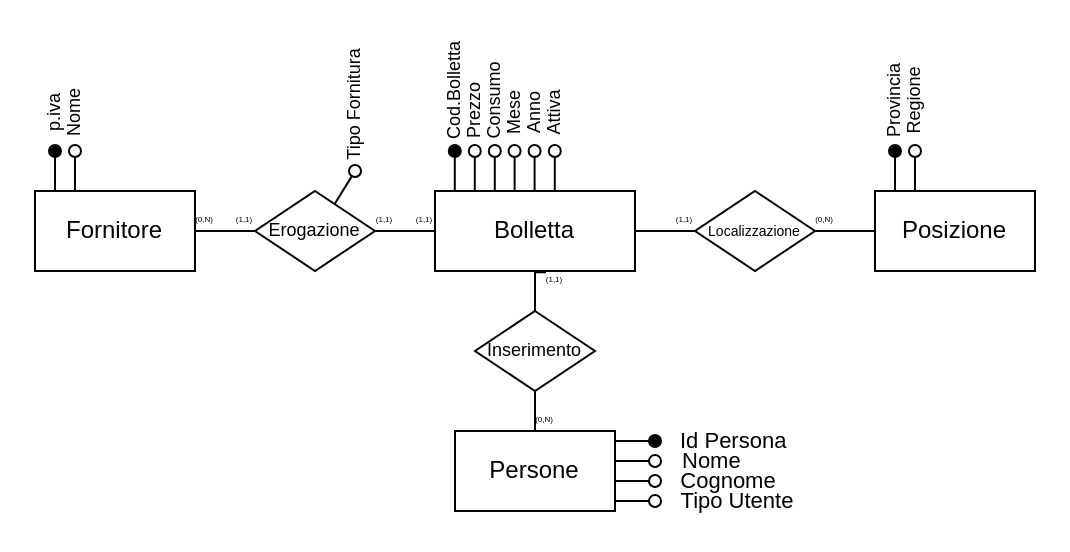
The draw.io diagram page "Diagramma ER rifinito" (3 of 3) of ElectricalTheftModificato.drawio in Moriarty2002/electricity-theft, before the edit. Source tidied: cells renumbered, new cells numbered last; positions are measured from the earlier drawing's top-left corner, leaving out a move shared by most shapes. Both pictures are drawn from the tidied source at 200%, with x=0, y=0 at pixel (34, 80).
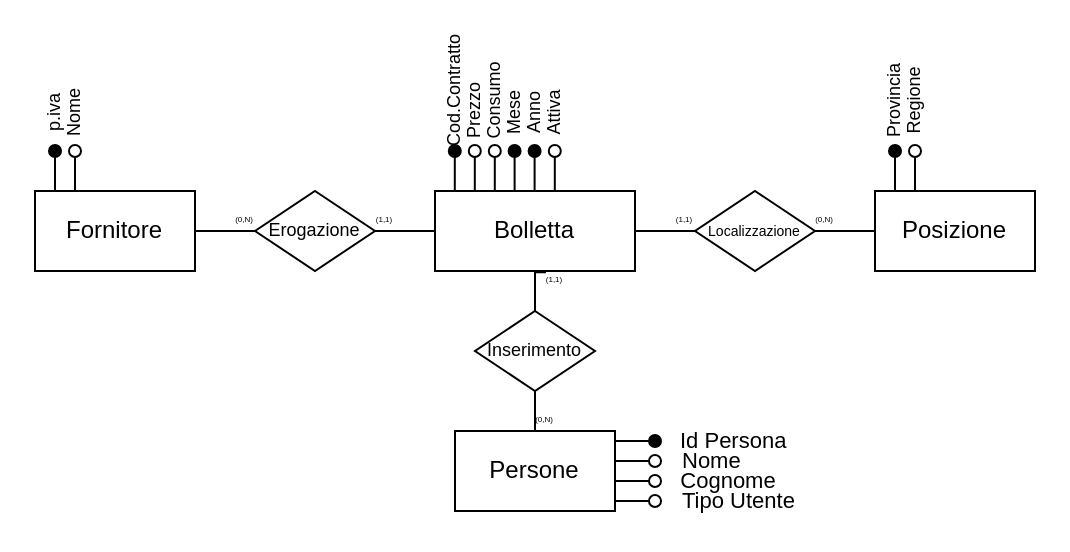
The same page after the edit.

The change refers to these unchanged cells:
```xml
<mxCell id="12" value="Erogazione" style="rhombus;whiteSpace=wrap;html=1;fontSize=9;" parent="1" vertex="1">
  <mxGeometry x="110" y="55" width="60" height="40" as="geometry" />
</mxCell>
```

What changed in the source:
```diff
@@
-    <mxCell id="21" value="Cod.Bolletta" style="text;html=1;strokeColor=none;fillColor=none;align=center;verticalAlign=middle;whiteSpace=wrap;rounded=0;fontSize=9;fontFamily=Helvetica;fontColor=default;rotation=270;" parent="1" vertex="1">
+    <mxCell id="21" value="Cod.Contratto" style="text;html=1;strokeColor=none;fillColor=none;align=center;verticalAlign=middle;whiteSpace=wrap;rounded=0;fontSize=9;fontFamily=Helvetica;fontColor=default;rotation=270;" parent="1" vertex="1">
       <mxGeometry x="200" width="20" height="10" as="geometry" />
     </mxCell>
@@
-    <mxCell id="23" value="Tipo Fornitura" style="text;html=1;strokeColor=none;fillColor=none;align=center;verticalAlign=middle;whiteSpace=wrap;rounded=0;fontSize=9;fontFamily=Helvetica;fontColor=default;rotation=270;" parent="1" vertex="1">
-      <mxGeometry x="130" y="7" width="60" height="10" as="geometry" />
-    </mxCell>
-    <mxCell id="24" style="endArrow=oval;html=1;rounded=0;labelBackgroundColor=default;strokeColor=default;align=center;verticalAlign=middle;fontFamily=Helvetica;fontSize=11;fontColor=default;shape=connector;endFill=0;exitX=0.664;exitY=0.163;exitDx=0;exitDy=0;exitPerimeter=0;" parent="1" edge="1" source="12">
-      <mxGeometry relative="1" as="geometry">
-        <mxPoint x="160" y="45" as="targetPoint" />
-      </mxGeometry>
-    </mxCell>
@@
-    <mxCell id="37" value="(1,1)" style="text;html=1;strokeColor=none;fillColor=none;align=center;verticalAlign=middle;whiteSpace=wrap;rounded=0;fontSize=4;fontFamily=Helvetica;fontColor=default;" parent="1" vertex="1">
-      <mxGeometry x="170" y="65" width="10" height="10" as="geometry" />
-    </mxCell>
     <mxCell id="38" value="(1,1)" style="text;html=1;strokeColor=none;fillColor=none;align=center;verticalAlign=middle;whiteSpace=wrap;rounded=0;fontSize=4;fontFamily=Helvetica;fontColor=default;" parent="1" vertex="1">
-      <mxGeometry x="190" y="65" width="10" height="10" as="geometry" />
+      <mxGeometry x="170" y="65" width="10" height="10" as="geometry" />
     </mxCell>
     <mxCell id="39" value="(0,N)" style="text;html=1;strokeColor=none;fillColor=none;align=center;verticalAlign=middle;whiteSpace=wrap;rounded=0;fontSize=4;fontFamily=Helvetica;fontColor=default;" parent="1" vertex="1">
-      <mxGeometry x="80" y="65" width="10" height="10" as="geometry" />
+      <mxGeometry x="100" y="65" width="10" height="10" as="geometry" />
     </mxCell>
-    <mxCell id="40" value="(1,1)" style="text;html=1;strokeColor=none;fillColor=none;align=center;verticalAlign=middle;whiteSpace=wrap;rounded=0;fontSize=4;fontFamily=Helvetica;fontColor=default;" parent="1" vertex="1">
-      <mxGeometry x="100" y="65" width="10" height="10" as="geometry" />
-    </mxCell>
@@
-    <mxCell id="44" style="endArrow=oval;html=1;rounded=0;labelBackgroundColor=default;strokeColor=default;align=center;verticalAlign=middle;fontFamily=Helvetica;fontSize=11;fontColor=default;shape=connector;endFill=0;" parent="1" edge="1">
+    <mxCell id="44" style="endArrow=oval;html=1;rounded=0;labelBackgroundColor=default;strokeColor=default;align=center;verticalAlign=middle;fontFamily=Helvetica;fontSize=11;fontColor=default;shape=connector;endFill=1;" parent="1" edge="1">
       <mxGeometry relative="1" as="geometry">
         <mxPoint x="239.8" y="55" as="sourcePoint" />
         <mxPoint x="239.8" y="35" as="targetPoint" />
       </mxGeometry>
     </mxCell>
-    <mxCell id="45" style="endArrow=oval;html=1;rounded=0;labelBackgroundColor=default;strokeColor=default;align=center;verticalAlign=middle;fontFamily=Helvetica;fontSize=11;fontColor=default;shape=connector;endFill=0;" parent="1" edge="1">
+    <mxCell id="45" style="endArrow=oval;html=1;rounded=0;labelBackgroundColor=default;strokeColor=default;align=center;verticalAlign=middle;fontFamily=Helvetica;fontSize=11;fontColor=default;shape=connector;endFill=1;" parent="1" edge="1">
       <mxGeometry relative="1" as="geometry">
         <mxPoint x="249.8" y="55" as="sourcePoint" />
         <mxPoint x="249.8" y="35" as="targetPoint" />
       </mxGeometry>
     </mxCell>
@@
-    <mxCell id="50" value="Tipo Utente" style="text;html=1;strokeColor=none;fillColor=none;align=center;verticalAlign=middle;whiteSpace=wrap;rounded=0;fontSize=11;fontFamily=Helvetica;fontColor=default;" parent="1" vertex="1">
-      <mxGeometry x="322" y="205" width="59" height="10" as="geometry" />
+    <mxCell id="50" value="Tipo Utente" style="text;html=1;strokeColor=none;fillColor=none;align=left;verticalAlign=middle;whiteSpace=wrap;rounded=0;fontSize=11;fontFamily=Helvetica;fontColor=default;" parent="1" vertex="1">
+      <mxGeometry x="322" y="205" width="68" height="10" as="geometry" />
     </mxCell>
```
